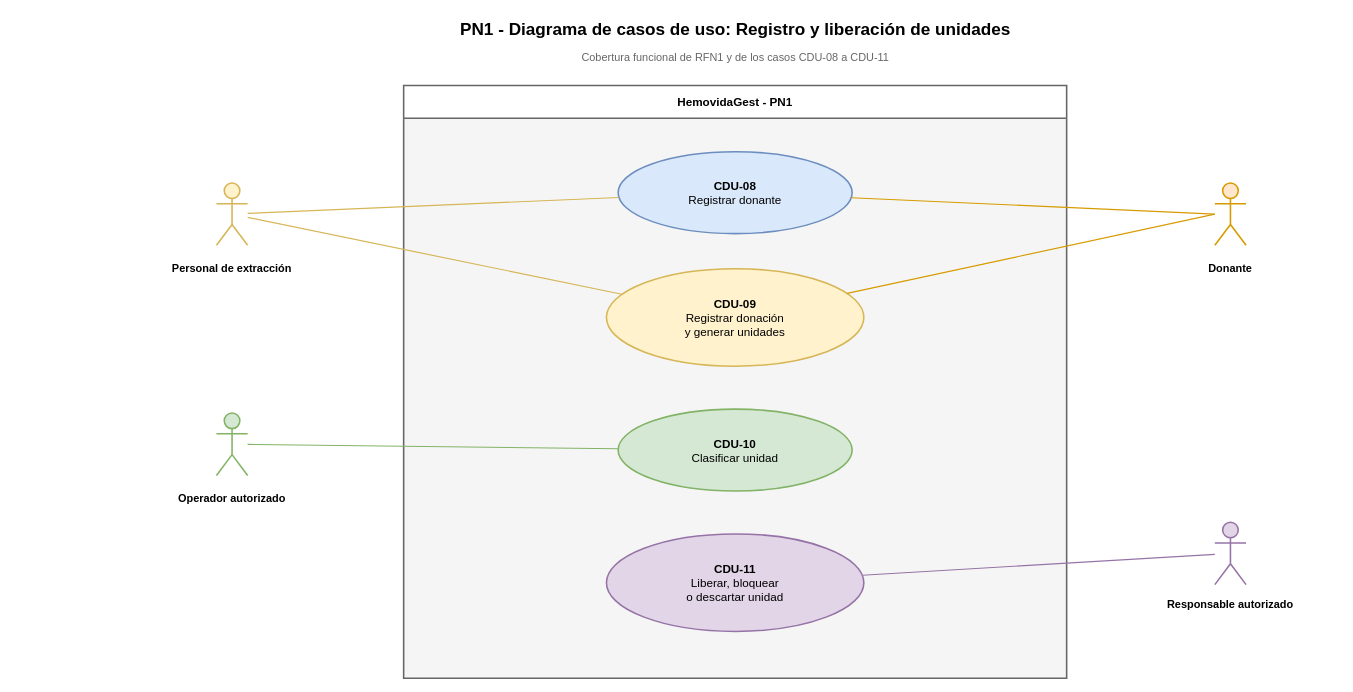
juanNH/Ingenieria-de-Software keeps this draw.io diagram as Diagramas/Secuencia de Roles/PN1_DiagramaCasosDeUso.drawio. Above is the earlier version. Source tidied: cells renumbered, new cells numbered last; positions are measured from the earlier drawing's top-left corner, leaving out a move shared by most shapes. Both pictures are drawn from the tidied source at 78%, with x=0, y=0 at pixel (130, 13).
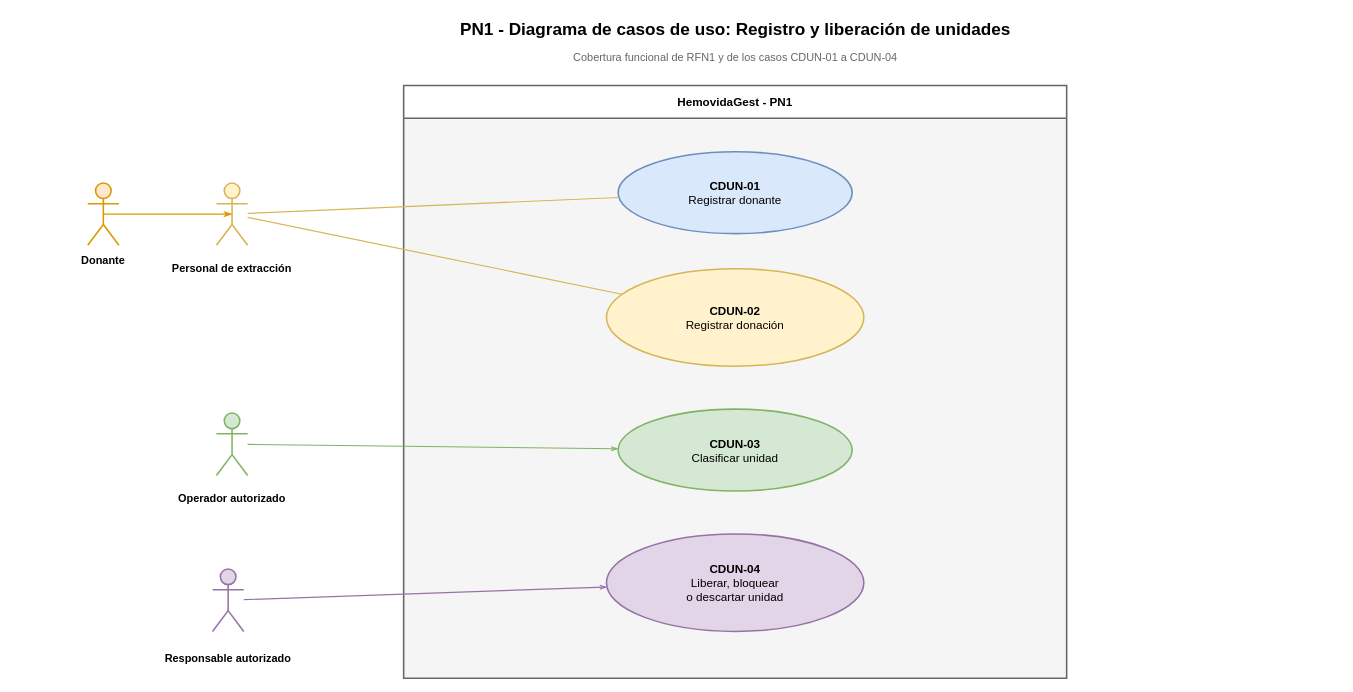
The same page after the edit.

The change refers to these unchanged cells:
```xml
<mxCell id="11" style="shape=umlActor;html=1;fillColor=#fff2cc;strokeColor=#d6b656;strokeWidth=2;" parent="1" vertex="1">
  <mxGeometry x="110" y="217" width="40" height="80" as="geometry" />
</mxCell>
<mxCell id="13" style="shape=umlActor;html=1;fillColor=#d5e8d4;strokeColor=#82b366;strokeWidth=2;" parent="1" vertex="1">
  <mxGeometry x="110" y="512" width="40" height="80" as="geometry" />
</mxCell>
```

What changed in the source:
```diff
@@
-    <mxCell id="3" value="Cobertura funcional de RFN1 y de los casos CDU-08 a CDU-11" style="text;html=1;strokeColor=none;fillColor=none;fontSize=14;align=center;verticalAlign=middle;fontColor=#666666;fontFamily=Arial;" parent="1" vertex="1">
+    <mxCell id="3" value="Cobertura funcional de RFN1 y de los casos CDUN-01 a CDUN-04" style="text;html=1;strokeColor=none;fillColor=none;fontSize=14;align=center;verticalAlign=middle;fontColor=#666666;fontFamily=Arial;" parent="1" vertex="1">
       <mxGeometry x="325" y="42" width="900" height="28" as="geometry" />
     </mxCell>
@@
-    <mxCell id="5" value="&lt;b&gt;CDU-08&lt;/b&gt;&lt;br&gt;Registrar donante" style="ellipse;whiteSpace=wrap;html=1;fillColor=#dae8fc;strokeColor=#6c8ebf;strokeWidth=2;fontSize=15;fontFamily=Arial;align=center;verticalAlign=middle;" parent="1" vertex="1">
+    <mxCell id="5" value="&lt;b&gt;CDUN-01&lt;/b&gt;&lt;br&gt;Registrar donante" style="ellipse;whiteSpace=wrap;html=1;fillColor=#dae8fc;strokeColor=#6c8ebf;strokeWidth=2;fontSize=15;fontFamily=Arial;align=center;verticalAlign=middle;" parent="1" vertex="1">
       <mxGeometry x="625" y="177" width="300" height="105" as="geometry" />
     </mxCell>
-    <mxCell id="6" value="&lt;b&gt;CDU-09&lt;/b&gt;&lt;br&gt;Registrar donación&lt;br&gt;y generar unidades" style="ellipse;whiteSpace=wrap;html=1;fillColor=#fff2cc;strokeColor=#d6b656;strokeWidth=2;fontSize=15;fontFamily=Arial;align=center;verticalAlign=middle;" parent="1" vertex="1">
+    <mxCell id="6" value="&lt;b&gt;CDUN-02&lt;/b&gt;&lt;br&gt;Registrar donación" style="ellipse;whiteSpace=wrap;html=1;fillColor=#fff2cc;strokeColor=#d6b656;strokeWidth=2;fontSize=15;fontFamily=Arial;align=center;verticalAlign=middle;" parent="1" vertex="1">
       <mxGeometry x="610" y="327" width="330" height="125" as="geometry" />
     </mxCell>
-    <mxCell id="7" value="&lt;b&gt;CDU-10&lt;/b&gt;&lt;br&gt;Clasificar unidad" style="ellipse;whiteSpace=wrap;html=1;fillColor=#d5e8d4;strokeColor=#82b366;strokeWidth=2;fontSize=15;fontFamily=Arial;align=center;verticalAlign=middle;" parent="1" vertex="1">
+    <mxCell id="7" value="&lt;b&gt;CDUN-03&lt;/b&gt;&lt;br&gt;Clasificar unidad" style="ellipse;whiteSpace=wrap;html=1;fillColor=#d5e8d4;strokeColor=#82b366;strokeWidth=2;fontSize=15;fontFamily=Arial;align=center;verticalAlign=middle;" parent="1" vertex="1">
       <mxGeometry x="625" y="507" width="300" height="105" as="geometry" />
     </mxCell>
-    <mxCell id="8" value="&lt;b&gt;CDU-11&lt;/b&gt;&lt;br&gt;Liberar, bloquear&lt;br&gt;o descartar unidad" style="ellipse;whiteSpace=wrap;html=1;fillColor=#e1d5e7;strokeColor=#9673a6;strokeWidth=2;fontSize=15;fontFamily=Arial;align=center;verticalAlign=middle;" parent="1" vertex="1">
+    <mxCell id="8" value="&lt;b&gt;CDUN-04&lt;/b&gt;&lt;br&gt;Liberar, bloquear&lt;br&gt;o descartar unidad" style="ellipse;whiteSpace=wrap;html=1;fillColor=#e1d5e7;strokeColor=#9673a6;strokeWidth=2;fontSize=15;fontFamily=Arial;align=center;verticalAlign=middle;" parent="1" vertex="1">
       <mxGeometry x="610" y="667" width="330" height="125" as="geometry" />
     </mxCell>
     <mxCell id="9" style="shape=umlActor;html=1;fillColor=#ffe6cc;strokeColor=#d79b00;strokeWidth=2;" parent="1" vertex="1">
-      <mxGeometry x="1390" y="217" width="40" height="80" as="geometry" />
+      <mxGeometry x="-55" y="217" width="40" height="80" as="geometry" />
     </mxCell>
     <mxCell id="10" value="&lt;b&gt;Donante&lt;/b&gt;" style="text;html=1;strokeColor=none;fillColor=none;fontSize=14;fontFamily=Arial;align=center;verticalAlign=top;whiteSpace=wrap;" parent="1" vertex="1">
-      <mxGeometry x="1295" y="312" width="230" height="40" as="geometry" />
+      <mxGeometry x="-150" y="302" width="230" height="40" as="geometry" />
     </mxCell>
@@
     <mxCell id="15" style="shape=umlActor;html=1;fillColor=#e1d5e7;strokeColor=#9673a6;strokeWidth=2;" parent="1" vertex="1">
-      <mxGeometry x="1390" y="652" width="40" height="80" as="geometry" />
+      <mxGeometry x="105" y="712" width="40" height="80" as="geometry" />
     </mxCell>
     <mxCell id="16" value="&lt;b&gt;Responsable autorizado&lt;/b&gt;" style="text;html=1;strokeColor=none;fillColor=none;fontSize=14;fontFamily=Arial;align=center;verticalAlign=top;whiteSpace=wrap;" parent="1" vertex="1">
-      <mxGeometry x="1270" y="742" width="280" height="40" as="geometry" />
+      <mxGeometry x="-15" y="812" width="280" height="40" as="geometry" />
     </mxCell>
-    <mxCell id="17" style="rounded=0;html=1;endArrow=none;strokeColor=#d79b00;strokeWidth=1.5;exitX=0;exitY=0.5;" parent="1" edge="1" source="9" target="5">
-      <mxGeometry relative="1" as="geometry" />
-    </mxCell>
-    <mxCell id="18" style="rounded=0;html=1;endArrow=none;strokeColor=#d79b00;strokeWidth=1.5;exitX=0;exitY=0.5;" parent="1" edge="1" source="9" target="6">
+    <mxCell id="18" style="rounded=0;html=1;endArrow=classicThin;strokeColor=#d79b00;strokeWidth=1.5;exitX=0.5;exitY=0.5;entryX=0.5;entryY=0.5;entryDx=0;entryDy=0;entryPerimeter=0;exitDx=0;exitDy=0;exitPerimeter=0;endFill=1;" parent="1" edge="1" source="9" target="11">
       <mxGeometry relative="1" as="geometry" />
     </mxCell>
@@
-    <mxCell id="21" style="rounded=0;html=1;endArrow=none;strokeColor=#82b366;strokeWidth=1.5;" parent="1" edge="1" source="13" target="7">
+    <mxCell id="21" style="rounded=0;html=1;endArrow=openThin;strokeColor=#82b366;strokeWidth=1.5;endFill=0;" parent="1" edge="1" source="13" target="7">
       <mxGeometry relative="1" as="geometry" />
     </mxCell>
-    <mxCell id="22" style="rounded=0;html=1;endArrow=none;strokeColor=#9673a6;strokeWidth=1.5;" parent="1" edge="1" source="15" target="8">
+    <mxCell id="22" style="rounded=0;html=1;endArrow=openThin;strokeColor=#9673a6;strokeWidth=1.5;endFill=0;" parent="1" edge="1" source="15" target="8">
       <mxGeometry relative="1" as="geometry" />
     </mxCell>
```
